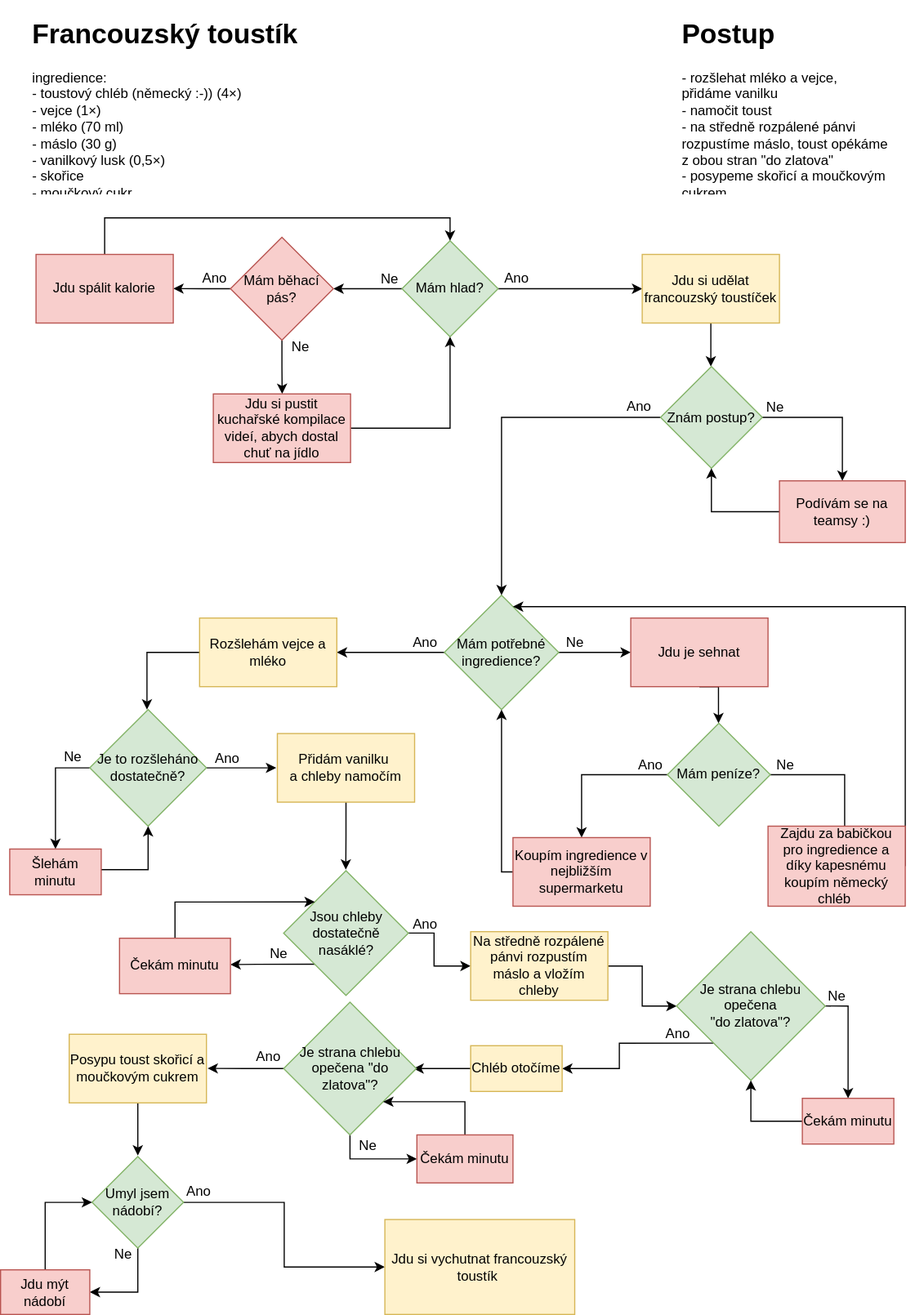
dankolar69/diagrams.net-1 keeps this draw.io diagram as složka/Francouzský toustík.svg. Above is the earlier version. Source tidied: cells renumbered, new cells last; positions are measured from the earlier drawing's top-left corner, leaving out a move shared by most shapes.
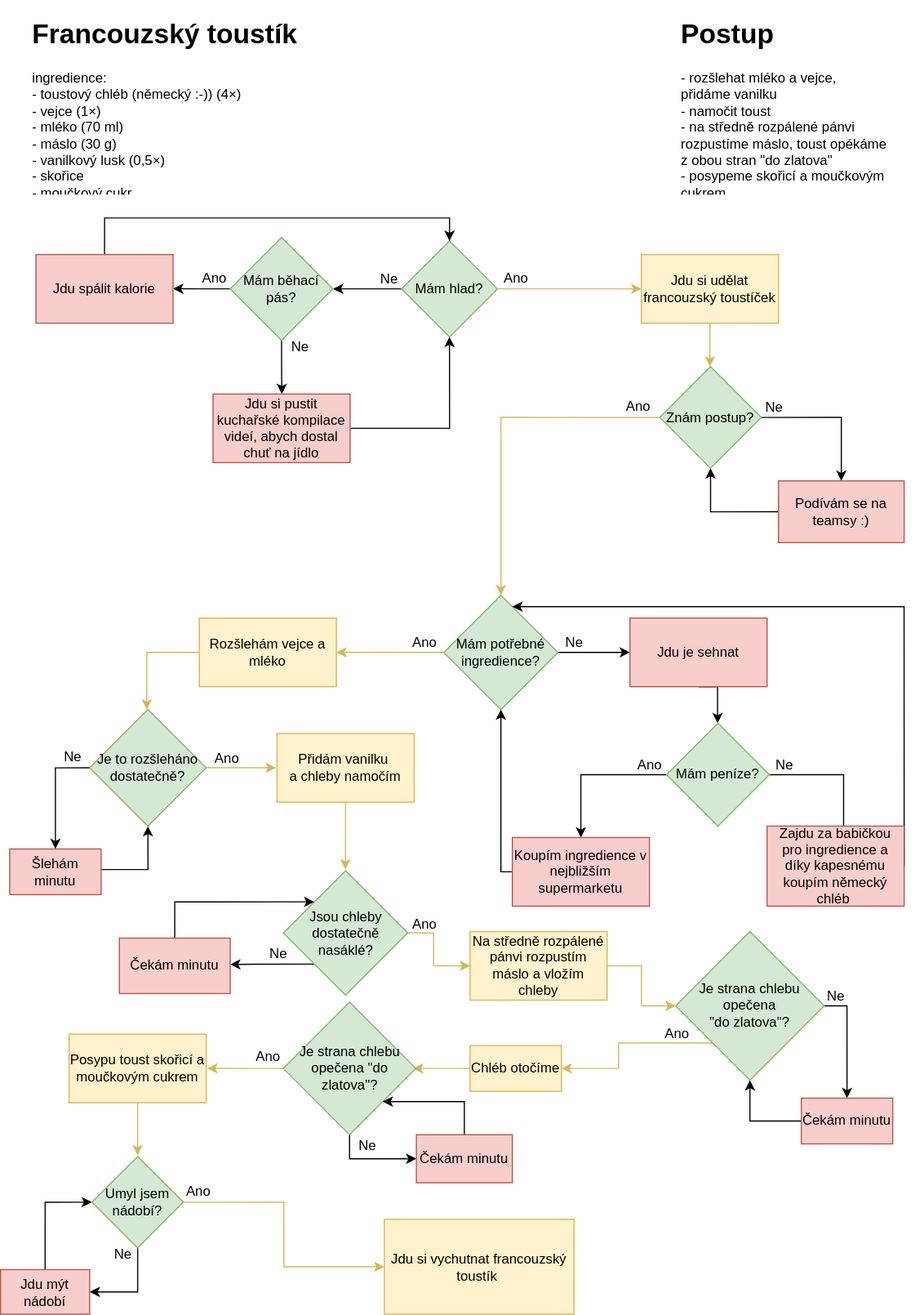
Above is the later version.

Change to the diagram source:
```diff
@@ -14,7 +14,7 @@
     <mxCell id="5" style="edgeStyle=orthogonalEdgeStyle;rounded=0;jettySize=auto;html=1;exitX=0;exitY=0.5;exitDx=0;exitDy=0;endArrow=classic;endFill=1;entryX=1;entryY=0.5;entryDx=0;entryDy=0;" parent="1" edge="1" source="7" target="10">
       <mxGeometry relative="1" as="geometry" />
     </mxCell>
-    <mxCell id="6" style="edgeStyle=orthogonalEdgeStyle;rounded=0;jettySize=auto;html=1;exitX=1;exitY=0.5;exitDx=0;exitDy=0;endArrow=classic;endFill=1;" parent="1" edge="1" source="7">
+    <mxCell id="6" style="edgeStyle=orthogonalEdgeStyle;rounded=0;jettySize=auto;html=1;exitX=1;exitY=0.5;exitDx=0;exitDy=0;endArrow=classic;endFill=1;fillColor=#fff2cc;strokeColor=#d6b656;" parent="1" edge="1" source="7">
       <mxGeometry relative="1" as="geometry">
         <mxPoint x="561" y="242" as="targetPoint" />
       </mxGeometry>
@@ -32,7 +32,7 @@
         <mxPoint x="246.2" y="334" as="targetPoint" />
       </mxGeometry>
     </mxCell>
-    <mxCell id="10" value="Mám běhací pás?" style="rhombus;whiteSpace=wrap;html=1;fillColor=#f8cecc;strokeColor=#b85450;" parent="1" vertex="1">
+    <mxCell id="10" value="Mám běhací pás?" style="rhombus;whiteSpace=wrap;html=1;fillColor=#d5e8d4;strokeColor=#82b366;" parent="1" vertex="1">
       <mxGeometry x="201" y="197" width="90" height="90" as="geometry" />
     </mxCell>
     <mxCell id="11" style="edgeStyle=orthogonalEdgeStyle;rounded=0;jettySize=auto;html=1;entryX=0.5;entryY=0;entryDx=0;entryDy=0;endArrow=classic;endFill=1;" parent="1" edge="1" target="7">
@@ -59,7 +59,7 @@
     <mxCell id="16" value="Jdu si pustit kuchařské kompilace videí, abych dostal chuť na jídlo" style="rounded=0;whiteSpace=wrap;html=1;fillColor=#f8cecc;strokeColor=#b85450;" parent="1" vertex="1">
       <mxGeometry x="186" y="334" width="120" height="60" as="geometry" />
     </mxCell>
-    <mxCell id="17" style="edgeStyle=orthogonalEdgeStyle;rounded=0;jettySize=auto;html=1;exitX=0.5;exitY=1;exitDx=0;exitDy=0;endArrow=classic;endFill=1;" parent="1" edge="1" source="18">
+    <mxCell id="17" style="edgeStyle=orthogonalEdgeStyle;rounded=0;jettySize=auto;html=1;exitX=0.5;exitY=1;exitDx=0;exitDy=0;endArrow=classic;endFill=1;fillColor=#fff2cc;strokeColor=#d6b656;" parent="1" edge="1" source="18">
       <mxGeometry relative="1" as="geometry">
         <mxPoint x="621" y="310" as="targetPoint" />
       </mxGeometry>
@@ -70,7 +70,7 @@
     <mxCell id="19" style="edgeStyle=orthogonalEdgeStyle;rounded=0;jettySize=auto;html=1;endArrow=classic;endFill=1;" parent="1" edge="1" source="21" target="24">
       <mxGeometry relative="1" as="geometry" />
     </mxCell>
-    <mxCell id="20" style="edgeStyle=orthogonalEdgeStyle;rounded=0;jettySize=auto;html=1;exitX=0;exitY=0.5;exitDx=0;exitDy=0;endArrow=classic;endFill=1;entryX=1;entryY=0.5;entryDx=0;entryDy=0;" parent="1" edge="1" source="21" target="37">
+    <mxCell id="20" style="edgeStyle=orthogonalEdgeStyle;rounded=0;jettySize=auto;html=1;exitX=0;exitY=0.5;exitDx=0;exitDy=0;endArrow=classic;endFill=1;entryX=1;entryY=0.5;entryDx=0;entryDy=0;fillColor=#fff2cc;strokeColor=#d6b656;" parent="1" edge="1" source="21" target="37">
       <mxGeometry relative="1" as="geometry" />
     </mxCell>
     <mxCell id="21" value="Mám potřebné ingredience?" style="rhombus;whiteSpace=wrap;html=1;fillColor=#d5e8d4;strokeColor=#82b366;" parent="1" vertex="1">
@@ -136,7 +136,7 @@
     <mxCell id="35" value="Ano" style="text;html=1;align=center;verticalAlign=middle;strokeColor=none;fillColor=none;" parent="1" vertex="1">
       <mxGeometry x="351" y="542" width="40" height="20" as="geometry" />
     </mxCell>
-    <mxCell id="36" style="edgeStyle=orthogonalEdgeStyle;rounded=0;jettySize=auto;html=1;exitX=0;exitY=0.5;exitDx=0;exitDy=0;endArrow=classic;endFill=1;entryX=0.5;entryY=0;entryDx=0;entryDy=0;" parent="1" edge="1" source="37" target="40">
+    <mxCell id="36" style="edgeStyle=orthogonalEdgeStyle;rounded=0;jettySize=auto;html=1;exitX=0;exitY=0.5;exitDx=0;exitDy=0;endArrow=classic;endFill=1;entryX=0.5;entryY=0;entryDx=0;entryDy=0;fillColor=#fff2cc;strokeColor=#d6b656;" parent="1" edge="1" source="37" target="40">
       <mxGeometry relative="1" as="geometry">
         <Array as="points">
           <mxPoint x="128" y="560" />
@@ -155,7 +155,7 @@
         </Array>
       </mxGeometry>
     </mxCell>
-    <mxCell id="39" style="edgeStyle=orthogonalEdgeStyle;rounded=0;jettySize=auto;html=1;exitX=1;exitY=0.5;exitDx=0;exitDy=0;endArrow=classic;endFill=1;" parent="1" edge="1" source="40">
+    <mxCell id="39" style="edgeStyle=orthogonalEdgeStyle;rounded=0;jettySize=auto;html=1;exitX=1;exitY=0.5;exitDx=0;exitDy=0;endArrow=classic;endFill=1;fillColor=#fff2cc;strokeColor=#d6b656;" parent="1" edge="1" source="40">
       <mxGeometry relative="1" as="geometry">
         <mxPoint x="241" y="661" as="targetPoint" />
       </mxGeometry>
@@ -179,7 +179,7 @@
     <mxCell id="43" value="Ne" style="text;html=1;align=center;verticalAlign=middle;strokeColor=none;fillColor=none;" parent="1" vertex="1">
       <mxGeometry x="48" y="642" width="30" height="20" as="geometry" />
     </mxCell>
-    <mxCell id="44" style="edgeStyle=orthogonalEdgeStyle;rounded=0;jettySize=auto;html=1;exitX=0.5;exitY=1;exitDx=0;exitDy=0;endArrow=classic;endFill=1;" parent="1" edge="1" source="45">
+    <mxCell id="44" style="edgeStyle=orthogonalEdgeStyle;rounded=0;jettySize=auto;html=1;exitX=0.5;exitY=1;exitDx=0;exitDy=0;endArrow=classic;endFill=1;fillColor=#fff2cc;strokeColor=#d6b656;" parent="1" edge="1" source="45">
       <mxGeometry relative="1" as="geometry">
         <mxPoint x="301.8" y="750" as="targetPoint" />
       </mxGeometry>
@@ -190,7 +190,7 @@
     <mxCell id="46" style="edgeStyle=orthogonalEdgeStyle;rounded=0;jettySize=auto;html=1;exitX=1;exitY=0.5;exitDx=0;exitDy=0;endArrow=classic;endFill=1;" parent="1" edge="1" source="48" target="50">
       <mxGeometry relative="1" as="geometry" />
     </mxCell>
-    <mxCell id="47" style="edgeStyle=orthogonalEdgeStyle;rounded=0;jettySize=auto;html=1;exitX=0;exitY=0.5;exitDx=0;exitDy=0;entryX=0.5;entryY=0;entryDx=0;entryDy=0;endArrow=classic;endFill=1;" parent="1" edge="1" source="48" target="21">
+    <mxCell id="47" style="edgeStyle=orthogonalEdgeStyle;rounded=0;jettySize=auto;html=1;exitX=0;exitY=0.5;exitDx=0;exitDy=0;entryX=0.5;entryY=0;entryDx=0;entryDy=0;endArrow=classic;endFill=1;fillColor=#fff2cc;strokeColor=#d6b656;" parent="1" edge="1" source="48" target="21">
       <mxGeometry relative="1" as="geometry" />
     </mxCell>
     <mxCell id="48" value="Znám postup?" style="rhombus;whiteSpace=wrap;html=1;fillColor=#d5e8d4;strokeColor=#82b366;" parent="1" vertex="1">
@@ -211,7 +211,7 @@
     <mxCell id="53" value="Ano" style="text;html=1;align=center;verticalAlign=middle;strokeColor=none;fillColor=none;" parent="1" vertex="1">
       <mxGeometry x="178" y="643" width="40" height="20" as="geometry" />
     </mxCell>
-    <mxCell id="54" style="edgeStyle=orthogonalEdgeStyle;rounded=0;jettySize=auto;html=1;exitX=1;exitY=0.5;exitDx=0;exitDy=0;endArrow=classic;endFill=1;entryX=0;entryY=0.5;entryDx=0;entryDy=0;" parent="1" edge="1" source="56" target="62">
+    <mxCell id="54" style="edgeStyle=orthogonalEdgeStyle;rounded=0;jettySize=auto;html=1;exitX=1;exitY=0.5;exitDx=0;exitDy=0;endArrow=classic;endFill=1;entryX=0;entryY=0.5;entryDx=0;entryDy=0;fillColor=#fff2cc;strokeColor=#d6b656;" parent="1" edge="1" source="56" target="62">
       <mxGeometry relative="1" as="geometry">
         <Array as="points">
           <mxPoint x="379" y="806" />
@@ -239,7 +239,7 @@
     <mxCell id="60" value="Ano" style="text;html=1;align=center;verticalAlign=middle;strokeColor=none;fillColor=none;" parent="1" vertex="1">
       <mxGeometry x="351" y="788" width="40" height="20" as="geometry" />
     </mxCell>
-    <mxCell id="61" style="edgeStyle=orthogonalEdgeStyle;rounded=0;jettySize=auto;html=1;endArrow=classic;endFill=1;" parent="1" edge="1" source="62" target="65">
+    <mxCell id="61" style="edgeStyle=orthogonalEdgeStyle;rounded=0;jettySize=auto;html=1;endArrow=classic;endFill=1;fillColor=#fff2cc;strokeColor=#d6b656;" parent="1" edge="1" source="62" target="65">
       <mxGeometry relative="1" as="geometry" />
     </mxCell>
     <mxCell id="62" value="Na středně rozpálené pánvi rozpustím máslo a vložím chleby" style="rounded=0;whiteSpace=wrap;html=1;fillColor=#fff2cc;strokeColor=#d6b656;" parent="1" vertex="1">
@@ -253,7 +253,7 @@
         </Array>
       </mxGeometry>
     </mxCell>
-    <mxCell id="64" style="edgeStyle=orthogonalEdgeStyle;rounded=0;jettySize=auto;html=1;exitX=0;exitY=1;exitDx=0;exitDy=0;endArrow=classic;endFill=1;" parent="1" edge="1" source="65" target="71">
+    <mxCell id="64" style="edgeStyle=orthogonalEdgeStyle;rounded=0;jettySize=auto;html=1;exitX=0;exitY=1;exitDx=0;exitDy=0;endArrow=classic;endFill=1;fillColor=#fff2cc;strokeColor=#d6b656;" parent="1" edge="1" source="65" target="71">
       <mxGeometry relative="1" as="geometry" />
     </mxCell>
     <mxCell id="65" value="Je strana chlebu opečena&lt;br&gt;&quot;do zlatova&quot;?" style="rhombus;whiteSpace=wrap;html=1;fillColor=#d5e8d4;strokeColor=#82b366;" parent="1" vertex="1">
@@ -271,7 +271,7 @@
     <mxCell id="69" value="Ano" style="text;html=1;align=center;verticalAlign=middle;strokeColor=none;fillColor=none;" parent="1" vertex="1">
       <mxGeometry x="572" y="884" width="40" height="20" as="geometry" />
     </mxCell>
-    <mxCell id="70" style="edgeStyle=orthogonalEdgeStyle;rounded=0;jettySize=auto;html=1;exitX=0;exitY=0.5;exitDx=0;exitDy=0;endArrow=classic;endFill=1;" parent="1" edge="1" source="71">
+    <mxCell id="70" style="edgeStyle=orthogonalEdgeStyle;rounded=0;jettySize=auto;html=1;exitX=0;exitY=0.5;exitDx=0;exitDy=0;endArrow=classic;endFill=1;fillColor=#fff2cc;strokeColor=#d6b656;" parent="1" edge="1" source="71">
       <mxGeometry relative="1" as="geometry">
         <mxPoint x="361" y="924" as="targetPoint" />
       </mxGeometry>
@@ -282,7 +282,7 @@
     <mxCell id="72" style="edgeStyle=orthogonalEdgeStyle;rounded=0;jettySize=auto;html=1;exitX=0.5;exitY=1;exitDx=0;exitDy=0;endArrow=classic;endFill=1;entryX=0;entryY=0.5;entryDx=0;entryDy=0;" parent="1" edge="1" source="74" target="77">
       <mxGeometry relative="1" as="geometry" />
     </mxCell>
-    <mxCell id="73" style="edgeStyle=orthogonalEdgeStyle;rounded=0;jettySize=auto;html=1;exitX=0;exitY=0.5;exitDx=0;exitDy=0;endArrow=classic;endFill=1;" parent="1" edge="1" source="74">
+    <mxCell id="73" style="edgeStyle=orthogonalEdgeStyle;rounded=0;jettySize=auto;html=1;exitX=0;exitY=0.5;exitDx=0;exitDy=0;endArrow=classic;endFill=1;fillColor=#fff2cc;strokeColor=#d6b656;" parent="1" edge="1" source="74">
       <mxGeometry relative="1" as="geometry">
         <mxPoint x="181" y="923.8" as="targetPoint" />
       </mxGeometry>
@@ -302,7 +302,7 @@
     <mxCell id="78" value="Ano" style="text;html=1;align=center;verticalAlign=middle;strokeColor=none;fillColor=none;" parent="1" vertex="1">
       <mxGeometry x="214" y="904" width="40" height="20" as="geometry" />
     </mxCell>
-    <mxCell id="79" style="edgeStyle=orthogonalEdgeStyle;rounded=0;jettySize=auto;html=1;exitX=0.5;exitY=1;exitDx=0;exitDy=0;endArrow=classic;endFill=1;" parent="1" edge="1" source="80">
+    <mxCell id="79" style="edgeStyle=orthogonalEdgeStyle;rounded=0;jettySize=auto;html=1;exitX=0.5;exitY=1;exitDx=0;exitDy=0;endArrow=classic;endFill=1;fillColor=#fff2cc;strokeColor=#d6b656;" parent="1" edge="1" source="80">
       <mxGeometry relative="1" as="geometry">
         <mxPoint x="120" y="1000" as="targetPoint" />
       </mxGeometry>
@@ -313,7 +313,7 @@
     <mxCell id="81" style="edgeStyle=orthogonalEdgeStyle;rounded=0;jettySize=auto;html=1;exitX=0.5;exitY=1;exitDx=0;exitDy=0;entryX=1;entryY=0.5;entryDx=0;entryDy=0;endArrow=classic;endFill=1;" parent="1" edge="1" source="83" target="85">
       <mxGeometry relative="1" as="geometry" />
     </mxCell>
-    <mxCell id="82" style="edgeStyle=orthogonalEdgeStyle;rounded=0;jettySize=auto;html=1;exitX=1;exitY=0.5;exitDx=0;exitDy=0;endArrow=classic;endFill=1;entryX=0;entryY=0.5;entryDx=0;entryDy=0;" parent="1" edge="1" source="83" target="87">
+    <mxCell id="82" style="edgeStyle=orthogonalEdgeStyle;rounded=0;jettySize=auto;html=1;exitX=1;exitY=0.5;exitDx=0;exitDy=0;endArrow=classic;endFill=1;entryX=0;entryY=0.5;entryDx=0;entryDy=0;fillColor=#fff2cc;strokeColor=#d6b656;" parent="1" edge="1" source="83" target="87">
       <mxGeometry relative="1" as="geometry" />
     </mxCell>
     <mxCell id="83" value="Umyl jsem nádobí?" style="rhombus;whiteSpace=wrap;html=1;fillColor=#d5e8d4;strokeColor=#82b366;" parent="1" vertex="1">
```
